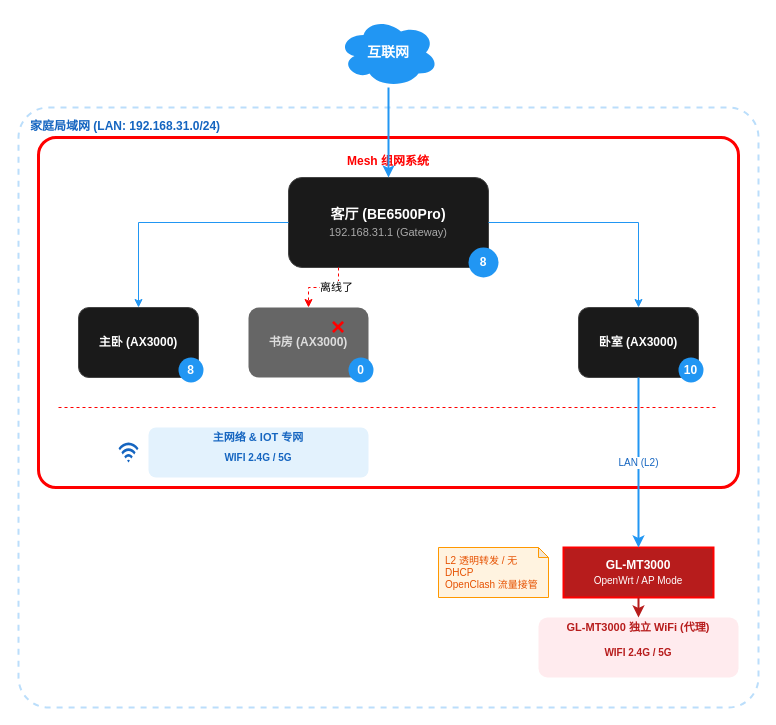
Before: docs/DailyLife/组网/当前组网.drawio in 233Official/dailynotes, a draw.io diagram. Source tidied: cells renumbered, new cells numbered last; positions are measured from the earlier drawing's top-left corner, leaving out a move shared by most shapes. Both pictures are drawn from the tidied source at 100%, with x=0, y=0 at pixel (18, 17).
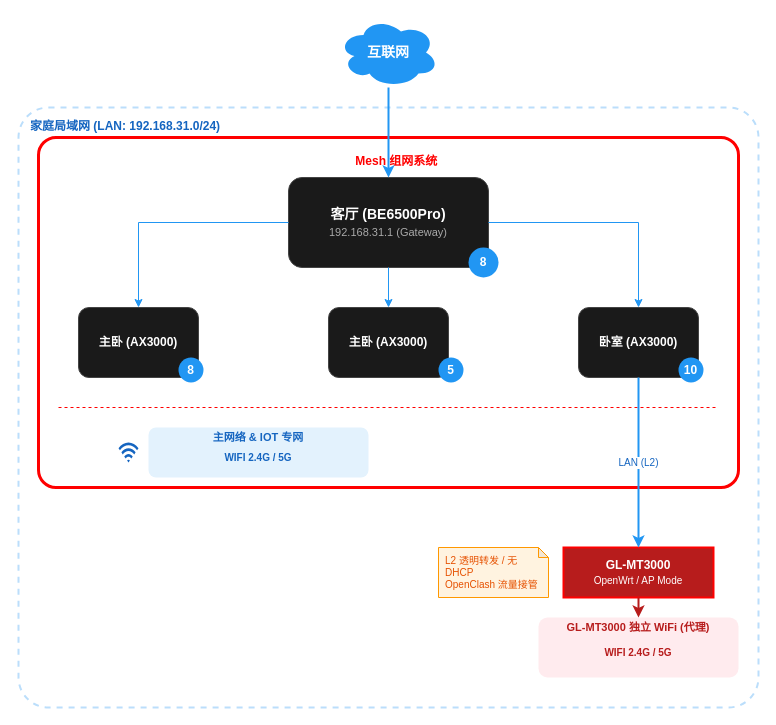
After the change.

The change refers to these unchanged cells:
```xml
<mxCell id="5" value="客厅 (BE6500Pro)&lt;br&gt;&lt;span style=&quot;font-size:11px;font-weight:normal;color:#AAAAAA&quot;&gt;192.168.31.1 (Gateway)&lt;/span&gt;" style="rounded=1;whiteSpace=wrap;html=1;fillColor=#1A1A1A;strokeColor=#444444;fontColor=#FFFFFF;fontStyle=1;fontSize=14;arcSize=15;" parent="1" vertex="1">
  <mxGeometry x="270" y="160" width="200" height="90" as="geometry" />
</mxCell>
```

Change to the diagram source:
```diff
@@
-    <mxCell id="4" value="Mesh 组网系统" style="rounded=1;whiteSpace=wrap;html=1;fillColor=none;strokeColor=#FF0000;strokeWidth=3;arcSize=5;verticalAlign=top;fontStyle=1;fontColor=#FF0000;spacingTop=10;" parent="1" vertex="1">
+    <mxCell id="4" value="&amp;nbsp; &amp;nbsp; &amp;nbsp;Mesh 组网系统" style="rounded=1;whiteSpace=wrap;html=1;fillColor=none;strokeColor=#FF0000;strokeWidth=3;arcSize=5;verticalAlign=top;fontStyle=1;fontColor=#FF0000;spacingTop=10;" parent="1" vertex="1">
       <mxGeometry x="20" y="120" width="700" height="350" as="geometry" />
     </mxCell>
@@
-    <mxCell id="9" value="书房 (AX3000)" style="rounded=1;whiteSpace=wrap;html=1;fillColor=#666666;strokeColor=none;fontColor=#DDDDDD;fontStyle=1;fontSize=12;arcSize=15;" parent="1" vertex="1">
-      <mxGeometry x="230" y="290" width="120" height="70" as="geometry" />
-    </mxCell>
-    <mxCell id="10" value="0" style="ellipse;whiteSpace=wrap;html=1;fillColor=#2196F3;strokeColor=none;fontColor=#FFFFFF;fontStyle=1;" parent="1" vertex="1">
-      <mxGeometry x="330" y="340" width="25" height="25" as="geometry" />
-    </mxCell>
-    <mxCell id="11" value="×" style="text;html=1;strokeColor=none;fillColor=none;align=center;verticalAlign=middle;whiteSpace=wrap;rounded=0;fontColor=#FF0000;fontSize=24;fontStyle=1;" parent="1" vertex="1">
-      <mxGeometry x="310" y="300" width="20" height="20" as="geometry" />
-    </mxCell>
@@
-    <mxCell id="26" style="edgeStyle=orthogonalEdgeStyle;rounded=0;html=1;strokeColor=#FF0000;strokeWidth=1;dashed=1;exitX=0.25;exitY=1;exitDx=0;exitDy=0;entryX=0.5;entryY=0;entryDx=0;entryDy=0;" parent="1" edge="1" source="5" target="9">
-      <mxGeometry relative="1" as="geometry" />
-    </mxCell>
-    <mxCell id="27" value="离线了" style="edgeLabel;html=1;align=center;verticalAlign=middle;" parent="26" vertex="1">
-      <mxGeometry x="-0.34" y="-1" relative="1" as="geometry" />
-    </mxCell>
@@
+    <mxCell id="31" value="主卧 (AX3000)" style="rounded=1;whiteSpace=wrap;html=1;fillColor=#1A1A1A;strokeColor=#444444;fontColor=#FFFFFF;fontStyle=1;fontSize=12;arcSize=15;" parent="1" vertex="1">
+      <mxGeometry x="310" y="290" width="120" height="70" as="geometry" />
+    </mxCell>
+    <mxCell id="32" style="edgeStyle=orthogonalEdgeStyle;rounded=0;html=1;strokeColor=#2196F3;strokeWidth=1;exitX=0.5;exitY=1;exitDx=0;exitDy=0;entryX=0.5;entryY=0;entryDx=0;entryDy=0;" parent="1" edge="1" source="5" target="31">
+      <mxGeometry relative="1" as="geometry" />
+    </mxCell>
+    <mxCell id="10" value="5" style="ellipse;whiteSpace=wrap;html=1;fillColor=#2196F3;strokeColor=none;fontColor=#FFFFFF;fontStyle=1;" parent="1" vertex="1">
+      <mxGeometry x="420" y="340" width="25" height="25" as="geometry" />
+    </mxCell>
```
